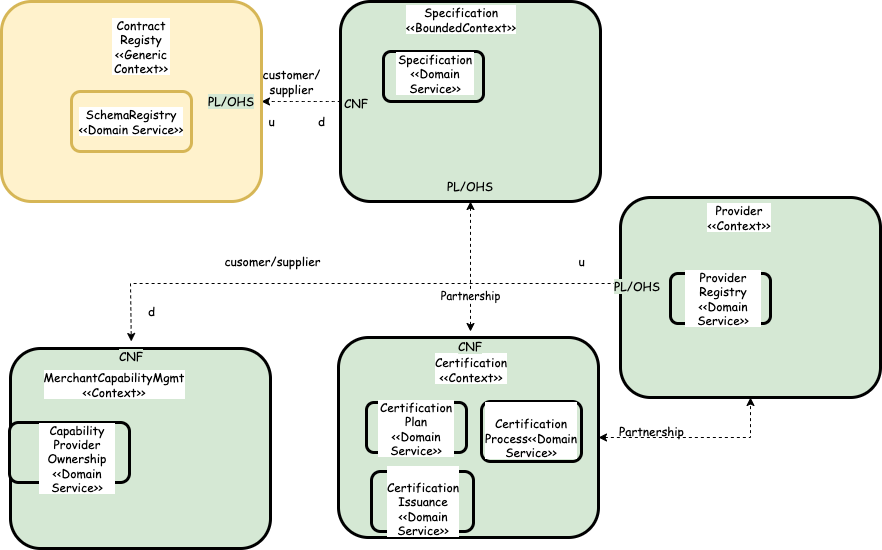
Above: Hubble-Project-Notes/images/02-hubble-context.png in cb-manick/hubble (draw.io), before the change. Source tidied: cells renumbered, new cells last; positions are measured from the earlier drawing's top-left corner, leaving out a move shared by most shapes.
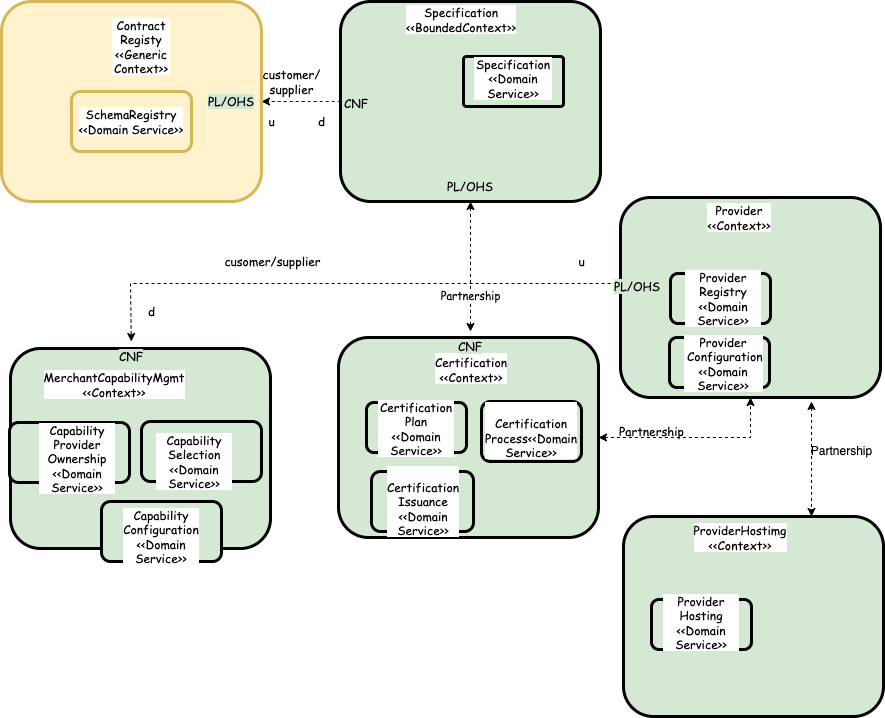
The same file after the commit.

Commit message:
Add hubble context

What changed in the source:
```diff
@@ -14,14 +14,14 @@
     <mxCell id="5" style="html=1;dashed=0;whitespace=wrap;rounded=1;labelBackgroundColor=#ffffff;fontFamily=Comic Sans MS;fontColor=#000000;strokeColor=#000000;strokeWidth=3;fillColor=#D5E8D4;" parent="1" vertex="1">
       <mxGeometry x="339" width="260" height="200" as="geometry" />
     </mxCell>
-    <mxCell id="6" value="&lt;span style=&quot;color: rgba(0 , 0 , 0 , 0) ; font-family: monospace ; font-size: 0px ; background-color: rgb(248 , 249 , 250)&quot;&gt;Spe&lt;/span&gt;" style="html=1;dashed=0;whitespace=wrap;rounded=1;labelBackgroundColor=#ffffff;fontFamily=Comic Sans MS;fontColor=#000000;strokeColor=#000000;strokeWidth=3;fillColor=#D5E8D4;" parent="1" vertex="1">
-      <mxGeometry x="382" y="50" width="100" height="50" as="geometry" />
+    <mxCell id="6" value="&lt;span style=&quot;color: rgba(0 , 0 , 0 , 0) ; font-family: monospace ; font-size: 0px ; background-color: rgb(248 , 249 , 250)&quot;&gt;Spe&lt;/span&gt;" style="html=1;dashed=0;whitespace=wrap;rounded=1;labelBackgroundColor=#ffffff;fontFamily=Comic Sans MS;fontColor=#000000;strokeColor=#000000;strokeWidth=3;fillColor=#D5E8D4;arcSize=6;" parent="1" vertex="1">
+      <mxGeometry x="462" y="55" width="100" height="50" as="geometry" />
     </mxCell>
     <mxCell id="7" value="Specification&lt;br&gt;&amp;lt;&amp;lt;BoundedContext&amp;gt;&amp;gt;" style="text;html=1;strokeColor=none;fillColor=none;align=center;verticalAlign=middle;whiteSpace=wrap;rounded=0;dashed=1;labelBackgroundColor=#ffffff;fontFamily=Comic Sans MS;fontColor=#000000;" parent="1" vertex="1">
       <mxGeometry x="430" y="3" width="60" height="30" as="geometry" />
     </mxCell>
     <mxCell id="8" value="Specification&lt;br&gt;&amp;lt;&amp;lt;Domain Service&amp;gt;&amp;gt;&lt;br&gt;" style="text;html=1;strokeColor=none;fillColor=none;align=center;verticalAlign=middle;whiteSpace=wrap;rounded=0;dashed=1;labelBackgroundColor=#ffffff;fontFamily=Comic Sans MS;fontColor=#000000;" parent="1" vertex="1">
-      <mxGeometry x="394" y="57" width="80" height="30" as="geometry" />
+      <mxGeometry x="472" y="62" width="80" height="30" as="geometry" />
     </mxCell>
     <mxCell id="9" style="html=1;dashed=0;whitespace=wrap;rounded=1;labelBackgroundColor=#ffffff;fontFamily=Comic Sans MS;strokeColor=#d6b656;strokeWidth=3;fillColor=#fff2cc;" parent="1" vertex="1">
       <mxGeometry width="260" height="200" as="geometry" />
@@ -47,6 +47,11 @@
     <mxCell id="16" value="Certification&lt;br&gt;&amp;lt;&amp;lt;Context&amp;gt;&amp;gt;" style="text;html=1;strokeColor=none;fillColor=none;align=center;verticalAlign=middle;whiteSpace=wrap;rounded=0;dashed=1;labelBackgroundColor=#ffffff;fontFamily=Comic Sans MS;fontColor=#000000;" parent="1" vertex="1">
       <mxGeometry x="440" y="351" width="60" height="30" as="geometry" />
     </mxCell>
+    <mxCell id="45" style="edgeStyle=orthogonalEdgeStyle;rounded=0;jettySize=auto;html=1;entryX=0.723;entryY=0;entryDx=0;entryDy=0;entryPerimeter=0;startArrow=classic;startFill=1;dashed=1;" parent="1" edge="1" target="50">
+      <mxGeometry relative="1" as="geometry">
+        <mxPoint x="810" y="400" as="sourcePoint" />
+      </mxGeometry>
+    </mxCell>
     <mxCell id="17" value="&lt;span style=&quot;color: rgba(0 , 0 , 0 , 0) ; font-family: monospace ; font-size: 0px ; background-color: rgb(248 , 249 , 250)&quot;&gt;Spe&lt;/span&gt;&lt;span style=&quot;color: rgba(0 , 0 , 0 , 0) ; font-family: monospace ; font-size: 0px ; background-color: rgb(248 , 249 , 250)&quot;&gt;Spe&lt;/span&gt;" style="html=1;dashed=0;whitespace=wrap;rounded=1;labelBackgroundColor=#ffffff;fontFamily=Comic Sans MS;fontColor=#000000;strokeColor=#000000;strokeWidth=3;fillColor=#D5E8D4;" parent="1" vertex="1">
       <mxGeometry x="480" y="400" width="100" height="60" as="geometry" />
     </mxCell>
@@ -80,7 +85,7 @@
     <mxCell id="27" value="&lt;br&gt;Certification&lt;br&gt;Issuance&lt;br&gt;&amp;lt;&amp;lt;Domain Service&amp;gt;&amp;gt;" style="text;html=1;strokeColor=none;fillColor=none;align=center;verticalAlign=middle;whiteSpace=wrap;rounded=0;dashed=1;labelBackgroundColor=#ffffff;fontFamily=Comic Sans MS;fontColor=#000000;" parent="1" vertex="1">
       <mxGeometry x="390" y="490" width="64" height="20" as="geometry" />
     </mxCell>
-    <mxCell id="28" style="html=1;dashed=0;whitespace=wrap;rounded=1;labelBackgroundColor=#ffffff;fontFamily=Comic Sans MS;strokeColor=#000000;strokeWidth=3;fillColor=#d5e8d4;" parent="1" vertex="1">
+    <mxCell id="28" value="&lt;span style=&quot;color: rgba(0 , 0 , 0 , 0) ; font-family: monospace ; font-size: 0px ; background-color: rgb(248 , 249 , 250)&quot;&gt;%3CmxGraphModel%3E%3Croot%3E%3CmxCell%20id%3D%220%22%2F%3E%3CmxCell%20id%3D%221%22%20parent%3D%220%22%2F%3E%3CmxCell%20id%3D%222%22%20value%3D%22Provider%26lt%3Bbr%26gt%3BRegistry%26lt%3Bbr%26gt%3B%26amp%3Blt%3B%26amp%3Blt%3BDomain%20Service%26amp%3Bgt%3B%26amp%3Bgt%3B%22%20style%3D%22text%3Bhtml%3D1%3BstrokeColor%3Dnone%3BfillColor%3Dnone%3Balign%3Dcenter%3BverticalAlign%3Dmiddle%3BwhiteSpace%3Dwrap%3Brounded%3D0%3Bdashed%3D1%3BlabelBackgroundColor%3D%23ffffff%3BfontFamily%3DComic%20Sans%20MS%3BfontColor%3D%23000000%3B%22%20vertex%3D%221%22%20parent%3D%221%22%3E%3CmxGeometry%20x%3D%22603%22%20y%3D%22352%22%20width%3D%2278%22%20height%3D%2230%22%20as%3D%22geometry%22%2F%3E%3C%2FmxCell%3E%3C%2Froot%3E%3C%2FmxGraphModel%3E&lt;/span&gt;" style="html=1;dashed=0;whitespace=wrap;rounded=1;labelBackgroundColor=#ffffff;fontFamily=Comic Sans MS;strokeColor=#000000;strokeWidth=3;fillColor=#d5e8d4;" parent="1" vertex="1">
       <mxGeometry x="619" y="196" width="260" height="200" as="geometry" />
     </mxCell>
     <mxCell id="29" value="&lt;span style=&quot;color: rgba(0 , 0 , 0 , 0) ; font-family: monospace ; font-size: 0px ; background-color: rgb(248 , 249 , 250)&quot;&gt;Spe&lt;/span&gt;" style="html=1;dashed=0;whitespace=wrap;rounded=1;labelBackgroundColor=#ffffff;fontFamily=Comic Sans MS;fontColor=#000000;strokeColor=#000000;strokeWidth=3;fillColor=#D5E8D4;" parent="1" vertex="1">
@@ -135,5 +140,38 @@
     <mxCell id="44" value="CNF" style="text;html=1;strokeColor=none;fillColor=none;align=center;verticalAlign=middle;whiteSpace=wrap;rounded=0;labelBackgroundColor=#D5E8D4;fontFamily=Comic Sans MS;fontColor=#000000;" parent="1" vertex="1">
       <mxGeometry x="100" y="340" width="60" height="30" as="geometry" />
     </mxCell>
+    <mxCell id="46" style="rounded=1;whiteSpace=wrap;html=1;fontFamily=Comic Sans MS;strokeColor=#000000;strokeWidth=3;fillColor=#D5E8D4;" parent="1" vertex="1">
+      <mxGeometry x="140" y="420" width="120" height="60" as="geometry" />
+    </mxCell>
+    <mxCell id="47" value="Capability&lt;br&gt;Selection&lt;br&gt;&amp;lt;&amp;lt;Domain Service&amp;gt;&amp;gt;" style="text;html=1;strokeColor=none;fillColor=none;align=center;verticalAlign=middle;whiteSpace=wrap;rounded=0;dashed=1;labelBackgroundColor=#ffffff;fontFamily=Comic Sans MS;fontColor=#000000;" parent="1" vertex="1">
+      <mxGeometry x="154" y="445" width="78" height="30" as="geometry" />
+    </mxCell>
+    <mxCell id="48" value="&lt;span style=&quot;color: rgba(0 , 0 , 0 , 0) ; font-family: monospace ; font-size: 0px ; background-color: rgb(248 , 249 , 250)&quot;&gt;Spe&lt;/span&gt;" style="html=1;dashed=0;whitespace=wrap;rounded=1;labelBackgroundColor=#ffffff;fontFamily=Comic Sans MS;fontColor=#000000;strokeColor=#000000;strokeWidth=3;fillColor=#D5E8D4;" parent="1" vertex="1">
+      <mxGeometry x="668" y="336" width="100" height="50" as="geometry" />
+    </mxCell>
+    <mxCell id="49" value="Provider&lt;br&gt;&amp;nbsp;Configuration&lt;br&gt;&amp;lt;&amp;lt;Domain Service&amp;gt;&amp;gt;" style="text;html=1;strokeColor=none;fillColor=none;align=center;verticalAlign=middle;whiteSpace=wrap;rounded=0;dashed=1;labelBackgroundColor=#ffffff;fontFamily=Comic Sans MS;fontColor=#000000;" parent="1" vertex="1">
+      <mxGeometry x="683" y="347" width="78" height="30" as="geometry" />
+    </mxCell>
+    <mxCell id="50" value="&lt;span style=&quot;color: rgba(0 , 0 , 0 , 0) ; font-family: monospace ; font-size: 0px ; background-color: rgb(248 , 249 , 250)&quot;&gt;%3CmxGraphModel%3E%3Croot%3E%3CmxCell%20id%3D%220%22%2F%3E%3CmxCell%20id%3D%221%22%20parent%3D%220%22%2F%3E%3CmxCell%20id%3D%222%22%20value%3D%22Provider%26lt%3Bbr%26gt%3BRegistry%26lt%3Bbr%26gt%3B%26amp%3Blt%3B%26amp%3Blt%3BDomain%20Service%26amp%3Bgt%3B%26amp%3Bgt%3B%22%20style%3D%22text%3Bhtml%3D1%3BstrokeColor%3Dnone%3BfillColor%3Dnone%3Balign%3Dcenter%3BverticalAlign%3Dmiddle%3BwhiteSpace%3Dwrap%3Brounded%3D0%3Bdashed%3D1%3BlabelBackgroundColor%3D%23ffffff%3BfontFamily%3DComic%20Sans%20MS%3BfontColor%3D%23000000%3B%22%20vertex%3D%221%22%20parent%3D%221%22%3E%3CmxGeometry%20x%3D%22603%22%20y%3D%22352%22%20width%3D%2278%22%20height%3D%2230%22%20as%3D%22geometry%22%2F%3E%3C%2FmxCell%3E%3C%2Froot%3E%3C%2FmxGraphModel%3E&lt;/span&gt;" style="html=1;dashed=0;whitespace=wrap;rounded=1;labelBackgroundColor=#ffffff;fontFamily=Comic Sans MS;strokeColor=#000000;strokeWidth=3;fillColor=#d5e8d4;" parent="1" vertex="1">
+      <mxGeometry x="622" y="515" width="260" height="200" as="geometry" />
+    </mxCell>
+    <mxCell id="51" value="&lt;span style=&quot;color: rgba(0 , 0 , 0 , 0) ; font-family: monospace ; font-size: 0px ; background-color: rgb(248 , 249 , 250)&quot;&gt;Spe&lt;/span&gt;" style="html=1;dashed=0;whitespace=wrap;rounded=1;labelBackgroundColor=#ffffff;fontFamily=Comic Sans MS;fontColor=#000000;strokeColor=#000000;strokeWidth=3;fillColor=#D5E8D4;" parent="1" vertex="1">
+      <mxGeometry x="650" y="598" width="100" height="50" as="geometry" />
+    </mxCell>
+    <mxCell id="52" value="Provider&lt;br&gt;Hosting&lt;br&gt;&amp;lt;&amp;lt;Domain Service&amp;gt;&amp;gt;" style="text;html=1;strokeColor=none;fillColor=none;align=center;verticalAlign=middle;whiteSpace=wrap;rounded=0;dashed=1;labelBackgroundColor=#ffffff;fontFamily=Comic Sans MS;fontColor=#000000;" parent="1" vertex="1">
+      <mxGeometry x="661" y="606" width="78" height="30" as="geometry" />
+    </mxCell>
+    <mxCell id="53" style="rounded=1;whiteSpace=wrap;html=1;fontFamily=Comic Sans MS;strokeColor=#000000;strokeWidth=3;fillColor=#D5E8D4;" parent="1" vertex="1">
+      <mxGeometry x="100" y="500" width="120" height="60" as="geometry" />
+    </mxCell>
+    <mxCell id="54" value="Capability&lt;br&gt;Configuration&lt;br&gt;&amp;lt;&amp;lt;Domain Service&amp;gt;&amp;gt;" style="text;html=1;strokeColor=none;fillColor=none;align=center;verticalAlign=middle;whiteSpace=wrap;rounded=0;dashed=1;labelBackgroundColor=#ffffff;fontFamily=Comic Sans MS;fontColor=#000000;" parent="1" vertex="1">
+      <mxGeometry x="121" y="520" width="78" height="30" as="geometry" />
+    </mxCell>
+    <mxCell id="55" value="Partnership" style="text;html=1;align=center;verticalAlign=middle;strokeColor=none;fillColor=none;" parent="1" vertex="1">
+      <mxGeometry x="800" y="440" width="80" height="20" as="geometry" />
+    </mxCell>
+    <mxCell id="56" value="ProviderHostimg&lt;br&gt;&amp;lt;&amp;lt;Context&amp;gt;&amp;gt;" style="text;html=1;strokeColor=none;fillColor=none;align=center;verticalAlign=middle;whiteSpace=wrap;rounded=0;dashed=1;labelBackgroundColor=#ffffff;fontFamily=Comic Sans MS;fontColor=#000000;" parent="1" vertex="1">
+      <mxGeometry x="709" y="521" width="60" height="30" as="geometry" />
+    </mxCell>
   </root>
 </mxGraphModel>
```
